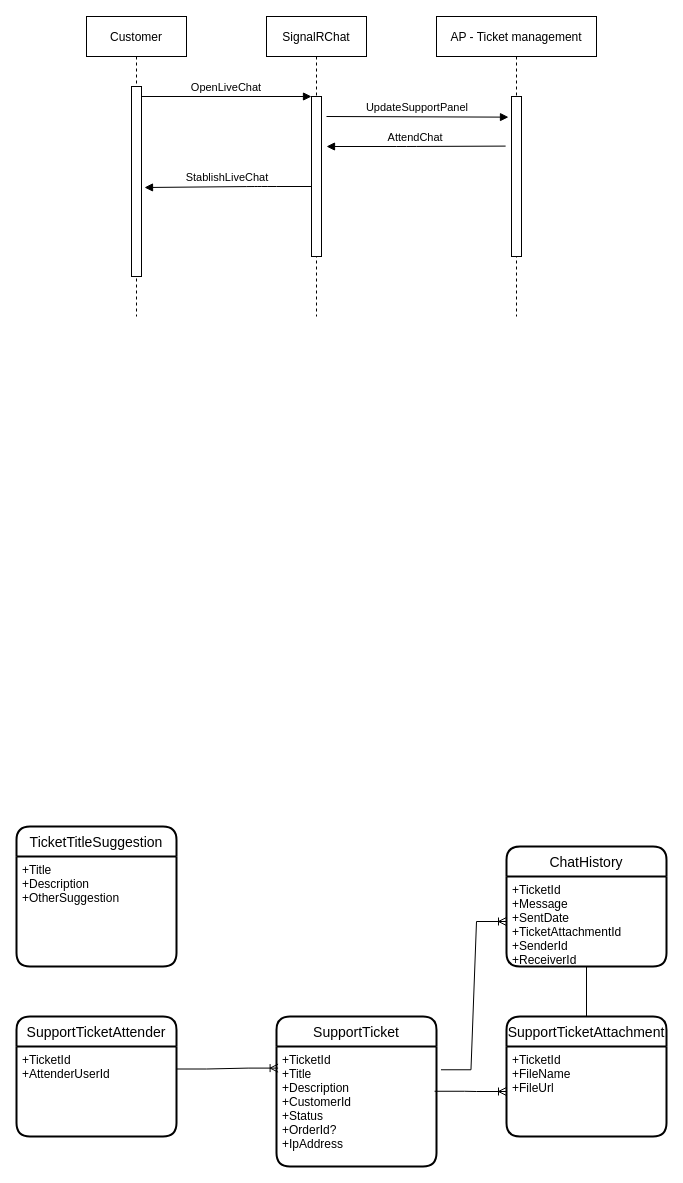
Above: CX/Untitled Diagram.drawio in breakpoint-software/diagrams (draw.io), before the change. Source tidied: cells renumbered, new cells numbered last; positions are measured from the earlier drawing's top-left corner, leaving out a move shared by most shapes. Both pictures are drawn from the tidied source at 100%, with x=0, y=0 at pixel (16, 16).
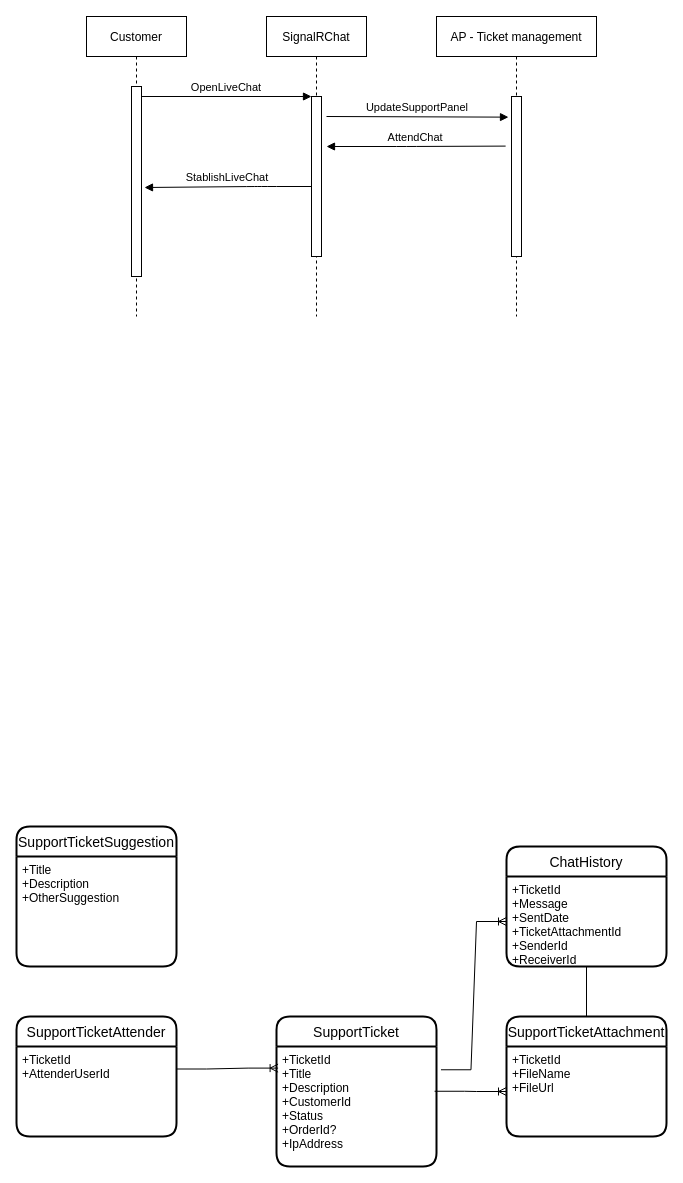
The same page after the edit.

The edit, as a diff of the source:
```diff
@@
-    <mxCell id="17" value="TicketTitleSuggestion" style="swimlane;horizontal=1;startSize=30;rounded=1;fontSize=14;fontStyle=0;strokeWidth=2;shadow=0;dashed=0;align=center;" parent="1" vertex="1">
+    <mxCell id="17" value="SupportTicketSuggestion" style="swimlane;horizontal=1;startSize=30;rounded=1;fontSize=14;fontStyle=0;strokeWidth=2;shadow=0;dashed=0;align=center;" parent="1" vertex="1">
       <mxGeometry y="810" width="160" height="140" as="geometry" />
     </mxCell>
```
